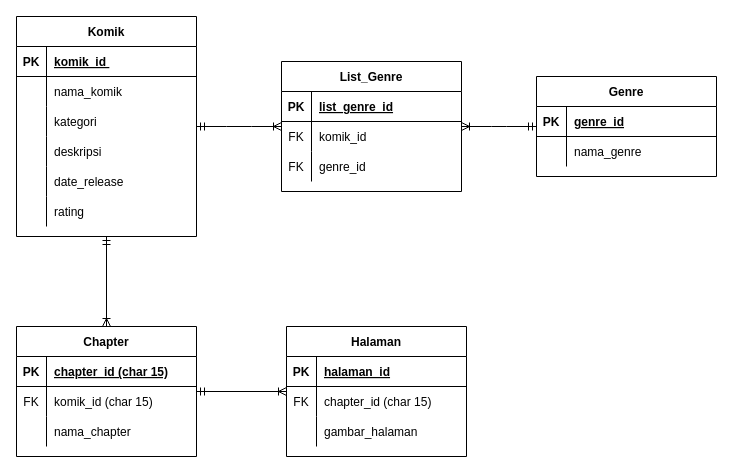
The draw.io diagram page "Database" (2 of 2) of flow web.drawio in Aryanda04/web_komik, before the edit. Source tidied: cells renumbered, new cells numbered last; positions are measured from the earlier drawing's top-left corner, leaving out a move shared by most shapes. Both pictures are drawn from the tidied source at 100%, with x=0, y=0 at pixel (16, 16).
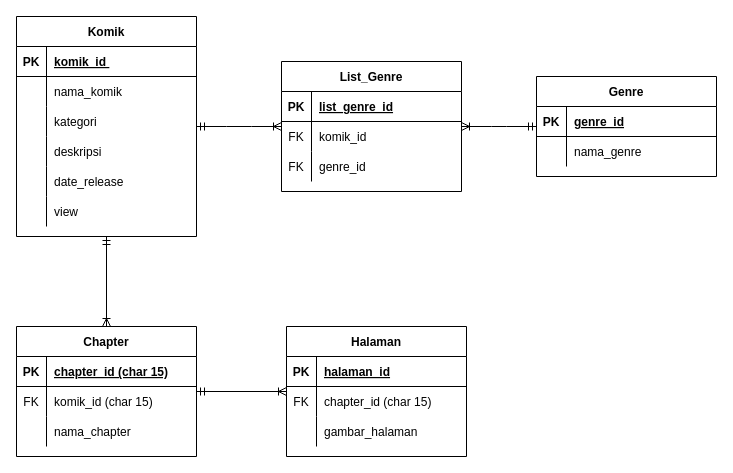
Above is the later version.

The change refers to these unchanged cells:
```xml
<mxCell id="18" style="shape=partialRectangle;fillColor=none;top=0;left=0;bottom=0;right=0;" parent="2" vertex="1">
  <mxGeometry y="180" width="180" height="30" as="geometry" />
</mxCell>
```

Diff of the diagram source:
```diff
@@
-    <mxCell id="20" value="rating" style="shape=partialRectangle;fillColor=none;top=0;left=0;bottom=0;right=0;align=left;spacingLeft=6;overflow=hidden;" parent="18" vertex="1">
+    <mxCell id="20" value="view" style="shape=partialRectangle;fillColor=none;top=0;left=0;bottom=0;right=0;align=left;spacingLeft=6;overflow=hidden;" parent="18" vertex="1">
       <mxGeometry x="30" width="150" height="30" as="geometry" />
     </mxCell>
```
